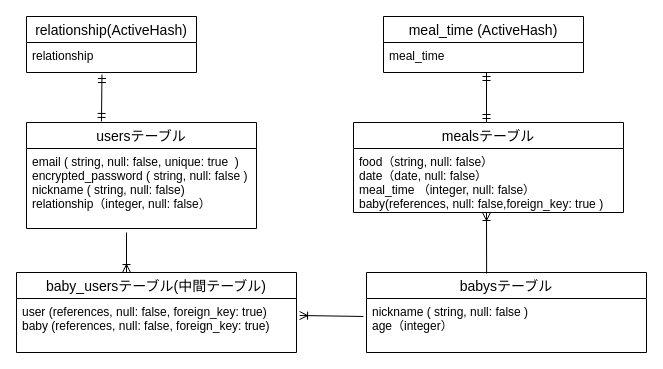
kamayann/babyfood-36690 keeps this draw.io diagram as ER.dio. Above is the earlier version. Source tidied: cells renumbered, new cells numbered last; positions are measured from the earlier drawing's top-left corner, leaving out a move shared by most shapes. Both pictures are drawn from the tidied source at 100%, with x=0, y=0 at pixel (16, 16).
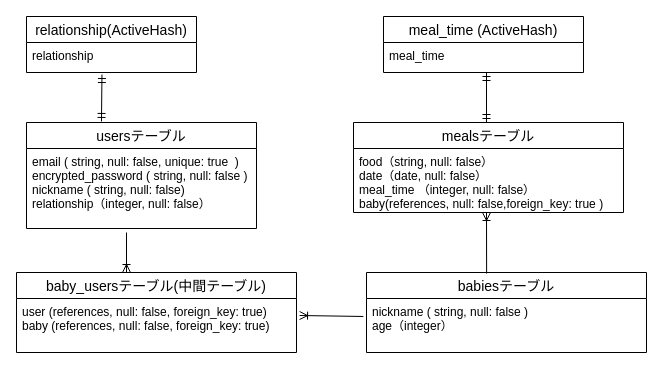
The same page after the edit.

The edit, as a diff of the source:
```diff
@@
-    <mxCell id="4" value="babysテーブル" style="swimlane;fontStyle=0;horizontal=1;startSize=26;align=center;fontSize=14;labelBackgroundColor=none;fillColor=none;" parent="1" vertex="1">
+    <mxCell id="4" value="babiesテーブル" style="swimlane;fontStyle=0;horizontal=1;startSize=26;align=center;fontSize=14;labelBackgroundColor=none;fillColor=none;" parent="1" vertex="1">
       <mxGeometry x="350" y="256" width="280" height="80" as="geometry" />
     </mxCell>
```
